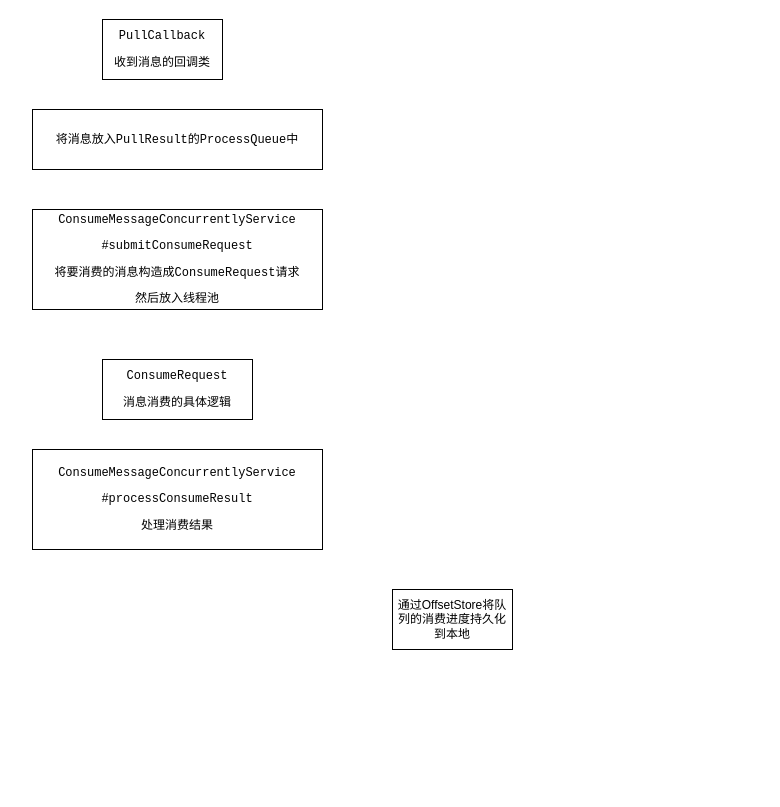
The draw.io diagram rocketmq/收到消息后的具体消费流程.drawio in erlieStar/diagrams, before the edit. Source tidied: cells renumbered, new cells numbered last; positions are measured from the earlier drawing's top-left corner, leaving out a move shared by most shapes. Both pictures are drawn from the tidied source at 100%, with x=0, y=0 at pixel (32, 19).
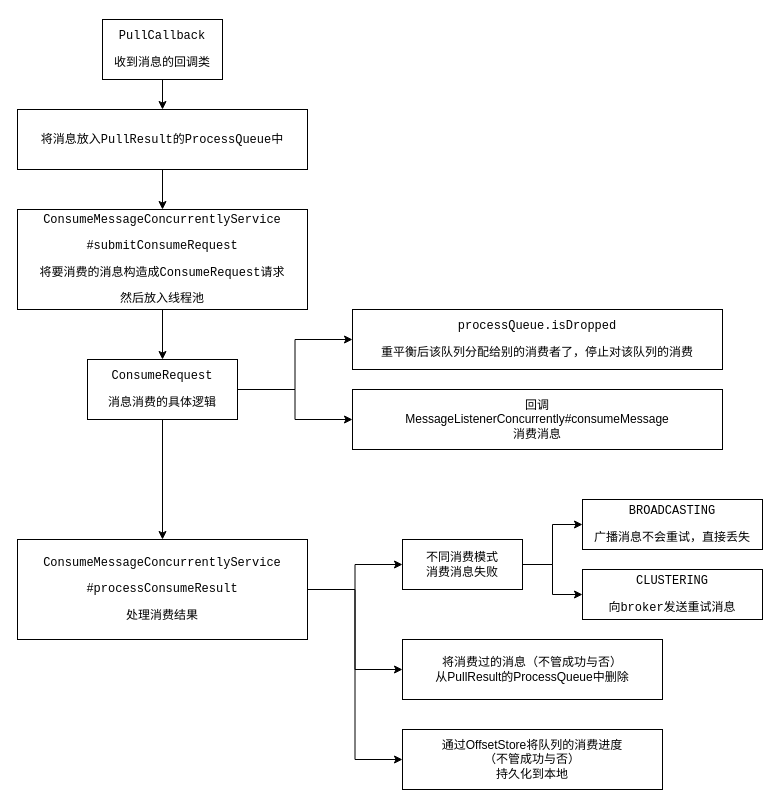
The same diagram, later.

Commit message (it also covers changes not shown here):
Update 收到消息后的具体消费流程.drawio

The change refers to these unchanged cells:
```xml
<mxCell id="2" value="&lt;pre&gt;PullCallback&lt;/pre&gt;&lt;pre&gt;收到消息的回调类&lt;/pre&gt;" style="rounded=0;whiteSpace=wrap;html=1;" parent="1" vertex="1">
  <mxGeometry x="70" width="120" height="60" as="geometry" />
</mxCell>
```

The edit, as a diff of the source:
```diff
@@
+    <mxCell id="8" style="edgeStyle=orthogonalEdgeStyle;rounded=0;jettySize=auto;html=1;" parent="1" edge="1" source="2" target="3">
+      <mxGeometry relative="1" as="geometry" />
+    </mxCell>
@@
+    <mxCell id="9" style="edgeStyle=orthogonalEdgeStyle;rounded=0;jettySize=auto;html=1;" parent="1" edge="1" source="3" target="4">
+      <mxGeometry relative="1" as="geometry" />
+    </mxCell>
     <mxCell id="3" value="&lt;pre&gt;&lt;font face=&quot;Helvetica&quot;&gt;&lt;span&gt;将消息放入&lt;/span&gt;&lt;/font&gt;PullResult的ProcessQueue中&lt;/pre&gt;" style="rounded=0;whiteSpace=wrap;html=1;" parent="1" vertex="1">
-      <mxGeometry y="90" width="290" height="60" as="geometry" />
+      <mxGeometry x="-15" y="90" width="290" height="60" as="geometry" />
     </mxCell>
+    <mxCell id="10" style="edgeStyle=orthogonalEdgeStyle;rounded=0;jettySize=auto;html=1;" parent="1" edge="1" source="4" target="5">
+      <mxGeometry relative="1" as="geometry" />
+    </mxCell>
     <mxCell id="4" value="&lt;pre&gt;ConsumeMessageConcurrentlyService&lt;/pre&gt;&lt;pre&gt;#submitConsumeRequest&lt;/pre&gt;&lt;pre&gt;将要消费的消息构造成ConsumeRequest请求&lt;/pre&gt;&lt;pre&gt;然后放入线程池&lt;/pre&gt;" style="rounded=0;whiteSpace=wrap;html=1;" parent="1" vertex="1">
-      <mxGeometry y="190" width="290" height="100" as="geometry" />
+      <mxGeometry x="-15" y="190" width="290" height="100" as="geometry" />
     </mxCell>
+    <mxCell id="11" style="edgeStyle=orthogonalEdgeStyle;rounded=0;jettySize=auto;html=1;entryX=0.5;entryY=0;entryDx=0;entryDy=0;" parent="1" edge="1" source="5" target="6">
+      <mxGeometry relative="1" as="geometry" />
+    </mxCell>
+    <mxCell id="12" style="edgeStyle=orthogonalEdgeStyle;rounded=0;jettySize=auto;html=1;exitX=1;exitY=0.5;exitDx=0;exitDy=0;entryX=0;entryY=0.5;entryDx=0;entryDy=0;" parent="1" edge="1" source="5" target="22">
+      <mxGeometry relative="1" as="geometry" />
+    </mxCell>
+    <mxCell id="13" style="edgeStyle=orthogonalEdgeStyle;rounded=0;jettySize=auto;html=1;exitX=1;exitY=0.5;exitDx=0;exitDy=0;entryX=0;entryY=0.5;entryDx=0;entryDy=0;" parent="1" edge="1" source="5" target="23">
+      <mxGeometry relative="1" as="geometry" />
+    </mxCell>
     <mxCell id="5" value="&lt;pre&gt;ConsumeRequest&lt;/pre&gt;&lt;pre&gt;消息消费的具体逻辑&lt;/pre&gt;" style="rounded=0;whiteSpace=wrap;html=1;" parent="1" vertex="1">
-      <mxGeometry x="70" y="340" width="150" height="60" as="geometry" />
+      <mxGeometry x="55" y="340" width="150" height="60" as="geometry" />
     </mxCell>
+    <mxCell id="14" style="edgeStyle=orthogonalEdgeStyle;rounded=0;jettySize=auto;html=1;exitX=1;exitY=0.5;exitDx=0;exitDy=0;entryX=0;entryY=0.5;entryDx=0;entryDy=0;" parent="1" edge="1" source="6" target="19">
+      <mxGeometry relative="1" as="geometry" />
+    </mxCell>
+    <mxCell id="15" style="edgeStyle=orthogonalEdgeStyle;rounded=0;jettySize=auto;html=1;exitX=1;exitY=0.5;exitDx=0;exitDy=0;entryX=0;entryY=0.5;entryDx=0;entryDy=0;" parent="1" edge="1" source="6" target="7">
+      <mxGeometry relative="1" as="geometry" />
+    </mxCell>
+    <mxCell id="16" style="edgeStyle=orthogonalEdgeStyle;rounded=0;jettySize=auto;html=1;exitX=1;exitY=0.5;exitDx=0;exitDy=0;entryX=0;entryY=0.5;entryDx=0;entryDy=0;" parent="1" edge="1" source="6" target="24">
+      <mxGeometry relative="1" as="geometry" />
+    </mxCell>
     <mxCell id="6" value="&lt;pre&gt;ConsumeMessageConcurrentlyService&lt;/pre&gt;&lt;pre&gt;#processConsumeResult&lt;/pre&gt;&lt;pre&gt;处理消费结果&lt;/pre&gt;" style="rounded=0;whiteSpace=wrap;html=1;" parent="1" vertex="1">
-      <mxGeometry y="430" width="290" height="100" as="geometry" />
+      <mxGeometry x="-15" y="520" width="290" height="100" as="geometry" />
     </mxCell>
-    <mxCell id="7" value="通过OffsetStore将队列的消费进度持久化到本地" style="rounded=0;whiteSpace=wrap;html=1;" parent="1" vertex="1">
-      <mxGeometry x="360" y="570" width="120" height="60" as="geometry" />
+    <mxCell id="7" value="将消费过的消息（不管成功与否）&lt;br&gt;从&lt;span&gt;PullResult的ProcessQueue中删除&lt;/span&gt;" style="rounded=0;whiteSpace=wrap;html=1;" parent="1" vertex="1">
+      <mxGeometry x="370" y="620" width="260" height="60" as="geometry" />
     </mxCell>
+    <mxCell id="17" style="edgeStyle=orthogonalEdgeStyle;rounded=0;jettySize=auto;html=1;exitX=1;exitY=0.5;exitDx=0;exitDy=0;entryX=0;entryY=0.5;entryDx=0;entryDy=0;" parent="1" edge="1" source="19" target="20">
+      <mxGeometry relative="1" as="geometry" />
+    </mxCell>
+    <mxCell id="18" style="edgeStyle=orthogonalEdgeStyle;rounded=0;jettySize=auto;html=1;exitX=1;exitY=0.5;exitDx=0;exitDy=0;" parent="1" edge="1" source="19" target="21">
+      <mxGeometry relative="1" as="geometry" />
+    </mxCell>
+    <mxCell id="19" value="不同消费模式&lt;br&gt;消费消息失败" style="rounded=0;whiteSpace=wrap;html=1;" parent="1" vertex="1">
+      <mxGeometry x="370" y="520" width="120" height="50" as="geometry" />
+    </mxCell>
+    <mxCell id="20" value="&lt;pre&gt;BROADCASTING&lt;/pre&gt;&lt;pre&gt;广播消息不会重试，直接丢失&lt;/pre&gt;" style="rounded=0;whiteSpace=wrap;html=1;" parent="1" vertex="1">
+      <mxGeometry x="550" y="480" width="180" height="50" as="geometry" />
+    </mxCell>
+    <mxCell id="21" value="&lt;pre&gt;CLUSTERING&lt;/pre&gt;&lt;pre&gt;向broker发送重试消息&lt;/pre&gt;" style="rounded=0;whiteSpace=wrap;html=1;" parent="1" vertex="1">
+      <mxGeometry x="550" y="550" width="180" height="50" as="geometry" />
+    </mxCell>
+    <mxCell id="22" value="&lt;pre&gt;processQueue.isDropped&lt;/pre&gt;&lt;pre&gt;重平衡后该队列分配给别的消费者了，停止对该队列的消费&lt;/pre&gt;" style="rounded=0;whiteSpace=wrap;html=1;" parent="1" vertex="1">
+      <mxGeometry x="320" y="290" width="370" height="60" as="geometry" />
+    </mxCell>
+    <mxCell id="23" value="回调&lt;br&gt;MessageListenerConcurrently#consumeMessage&lt;br&gt;消费消息" style="rounded=0;whiteSpace=wrap;html=1;" parent="1" vertex="1">
+      <mxGeometry x="320" y="370" width="370" height="60" as="geometry" />
+    </mxCell>
+    <mxCell id="24" value="通过OffsetStore将队列的消费进度&lt;br&gt;（不管成功与否）&lt;br&gt;持久化到本地" style="rounded=0;whiteSpace=wrap;html=1;" parent="1" vertex="1">
+      <mxGeometry x="370" y="710" width="260" height="60" as="geometry" />
+    </mxCell>
```
